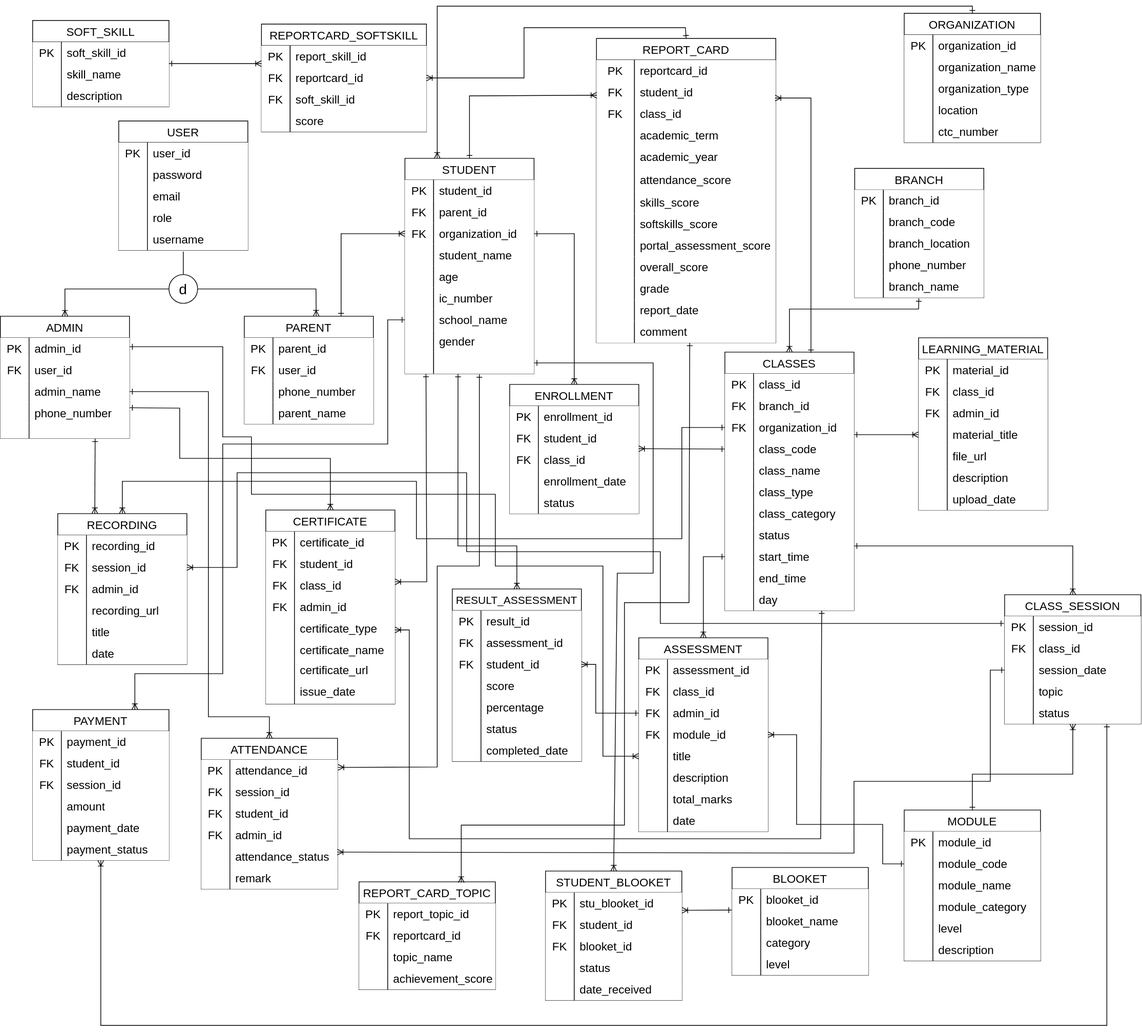
The draw.io diagram Portal Jazro.svg in syzznh/Portal-Jazro, before a commit. Source tidied: cells renumbered, new cells last; positions are measured from the earlier drawing's top-left corner, leaving out a move shared by most shapes.
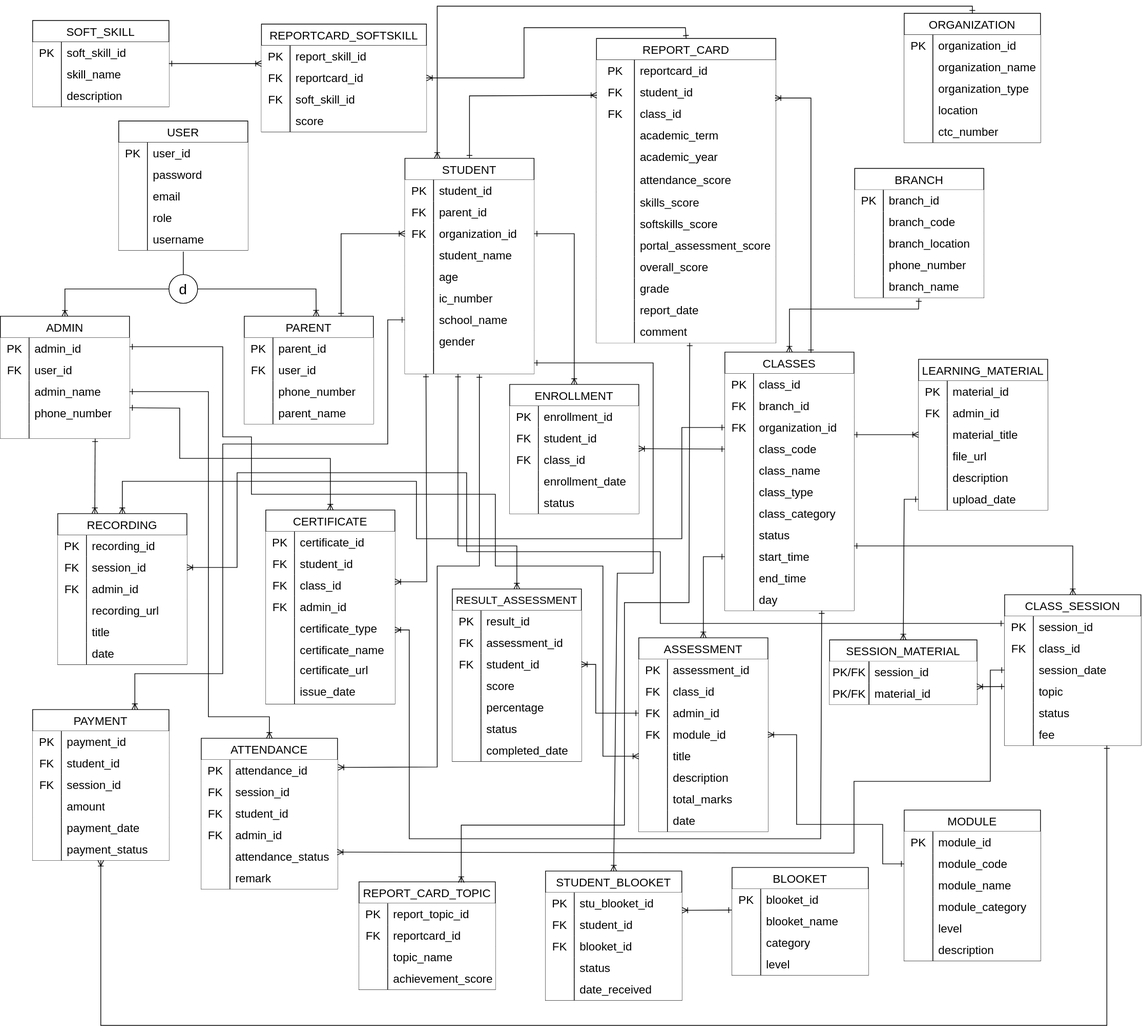
Above is the later version.

What changed in the source:
```diff
@@ -813,7 +813,7 @@
       <mxGeometry x="40" width="140" height="30" as="geometry" />
     </mxCell>
     <mxCell id="272" value="LEARNING_MATERIAL" style="shape=table;startSize=30;rowLines=0;fontStyle=0;fontSize=16;swimlaneFillColor=default;backgroundOutline=1;" parent="1" vertex="1">
-      <mxGeometry x="1280" y="462" width="180" height="240" as="geometry" />
+      <mxGeometry x="1280" y="492" width="180" height="210" as="geometry" />
     </mxCell>
     <mxCell id="273" style="shape=tableRow;horizontal=0;startSize=0;swimlaneHead=0;swimlaneBody=0;top=0;left=0;bottom=0;right=0;fontSize=16;backgroundOutline=1;" parent="272" vertex="1">
       <mxGeometry y="30" width="180" height="30" as="geometry" />
@@ -824,17 +824,8 @@
     <mxCell id="275" value="material_id" style="shape=partialRectangle;html=1;whiteSpace=wrap;top=0;left=0;bottom=0;right=0;align=left;spacingLeft=6;overflow=hidden;fontSize=16;backgroundOutline=1;" parent="273" vertex="1">
       <mxGeometry x="40" width="140" height="30" as="geometry" />
     </mxCell>
-    <mxCell id="276" style="shape=tableRow;horizontal=0;startSize=0;swimlaneHead=0;swimlaneBody=0;top=0;left=0;bottom=0;right=0;fontSize=16;backgroundOutline=1;" parent="272" vertex="1">
-      <mxGeometry y="60" width="180" height="30" as="geometry" />
-    </mxCell>
-    <mxCell id="277" value="FK" style="shape=partialRectangle;html=1;whiteSpace=wrap;top=0;left=0;bottom=0;right=0;overflow=hidden;fontSize=16;backgroundOutline=1;" parent="276" vertex="1">
-      <mxGeometry width="40" height="30" as="geometry" />
-    </mxCell>
-    <mxCell id="278" value="class_id" style="shape=partialRectangle;html=1;whiteSpace=wrap;top=0;left=0;bottom=0;right=0;align=left;spacingLeft=6;overflow=hidden;fontSize=16;backgroundOutline=1;" parent="276" vertex="1">
-      <mxGeometry x="40" width="140" height="30" as="geometry" />
-    </mxCell>
     <mxCell id="279" style="shape=tableRow;horizontal=0;startSize=0;swimlaneHead=0;swimlaneBody=0;top=0;left=0;bottom=0;right=0;fontSize=16;backgroundOutline=1;" parent="272" vertex="1">
-      <mxGeometry y="90" width="180" height="30" as="geometry" />
+      <mxGeometry y="60" width="180" height="30" as="geometry" />
     </mxCell>
     <mxCell id="280" value="FK" style="shape=partialRectangle;html=1;whiteSpace=wrap;top=0;left=0;bottom=0;right=0;overflow=hidden;fontSize=16;backgroundOutline=1;" parent="279" vertex="1">
       <mxGeometry width="40" height="30" as="geometry" />
@@ -843,7 +834,7 @@
       <mxGeometry x="40" width="140" height="30" as="geometry" />
     </mxCell>
     <mxCell id="282" style="shape=tableRow;horizontal=0;startSize=0;swimlaneHead=0;swimlaneBody=0;top=0;left=0;bottom=0;right=0;points=[[0,0.5],[1,0.5]];portConstraint=eastwest;fontSize=16;backgroundOutline=1;" parent="272" vertex="1">
-      <mxGeometry y="120" width="180" height="30" as="geometry" />
+      <mxGeometry y="90" width="180" height="30" as="geometry" />
     </mxCell>
     <mxCell id="283" style="shape=partialRectangle;html=1;whiteSpace=wrap;top=0;left=0;bottom=0;right=0;overflow=hidden;fontSize=16;backgroundOutline=1;" parent="282" vertex="1">
       <mxGeometry width="40" height="30" as="geometry" />
@@ -852,7 +843,7 @@
       <mxGeometry x="40" width="140" height="30" as="geometry" />
     </mxCell>
     <mxCell id="285" style="shape=tableRow;horizontal=0;startSize=0;swimlaneHead=0;swimlaneBody=0;top=0;left=0;bottom=0;right=0;fontSize=16;backgroundOutline=1;" parent="272" vertex="1">
-      <mxGeometry y="150" width="180" height="30" as="geometry" />
+      <mxGeometry y="120" width="180" height="30" as="geometry" />
     </mxCell>
     <mxCell id="286" style="shape=partialRectangle;html=1;whiteSpace=wrap;top=0;left=0;bottom=0;right=0;overflow=hidden;fontSize=16;backgroundOutline=1;" parent="285" vertex="1">
       <mxGeometry width="40" height="30" as="geometry" />
@@ -861,7 +852,7 @@
       <mxGeometry x="40" width="140" height="30" as="geometry" />
     </mxCell>
     <mxCell id="288" style="shape=tableRow;horizontal=0;startSize=0;swimlaneHead=0;swimlaneBody=0;top=0;left=0;bottom=0;right=0;fontSize=16;backgroundOutline=1;" parent="272" vertex="1">
-      <mxGeometry y="180" width="180" height="30" as="geometry" />
+      <mxGeometry y="150" width="180" height="30" as="geometry" />
     </mxCell>
     <mxCell id="289" style="shape=partialRectangle;html=1;whiteSpace=wrap;top=0;left=0;bottom=0;right=0;overflow=hidden;fontSize=16;backgroundOutline=1;" parent="288" vertex="1">
       <mxGeometry width="40" height="30" as="geometry" />
@@ -870,7 +861,7 @@
       <mxGeometry x="40" width="140" height="30" as="geometry" />
     </mxCell>
     <mxCell id="291" style="shape=tableRow;horizontal=0;startSize=0;swimlaneHead=0;swimlaneBody=0;top=0;left=0;bottom=0;right=0;points=[[0,0.5],[1,0.5]];portConstraint=eastwest;fontSize=16;backgroundOutline=1;" parent="272" vertex="1">
-      <mxGeometry y="210" width="180" height="30" as="geometry" />
+      <mxGeometry y="180" width="180" height="30" as="geometry" />
     </mxCell>
     <mxCell id="292" style="shape=partialRectangle;html=1;whiteSpace=wrap;top=0;left=0;bottom=0;right=0;overflow=hidden;fontSize=16;backgroundOutline=1;" parent="291" vertex="1">
       <mxGeometry width="40" height="30" as="geometry" />
@@ -1108,7 +1099,7 @@
       <mxGeometry x="40" width="150" height="30" as="geometry" />
     </mxCell>
     <mxCell id="346" value="CLASS_SESSION" style="shape=table;startSize=30;rowLines=0;fontStyle=0;fontSize=16;backgroundOutline=1;" parent="1" vertex="1">
-      <mxGeometry x="1400" y="820" width="190" height="180" as="geometry" />
+      <mxGeometry x="1400" y="820" width="190" height="210" as="geometry" />
     </mxCell>
     <mxCell id="347" style="shape=tableRow;horizontal=0;startSize=0;swimlaneHead=0;swimlaneBody=0;top=0;left=0;bottom=0;right=0;fontSize=16;backgroundOutline=1;" parent="346" vertex="1">
       <mxGeometry y="30" width="190" height="30" as="geometry" />
@@ -1155,6 +1146,15 @@
     <mxCell id="361" value="status" style="shape=partialRectangle;html=1;whiteSpace=wrap;top=0;left=0;bottom=0;right=0;align=left;spacingLeft=6;overflow=hidden;fontSize=16;backgroundOutline=1;" parent="359" vertex="1">
       <mxGeometry x="40" width="150" height="30" as="geometry" />
     </mxCell>
+    <mxCell id="483" style="shape=tableRow;horizontal=0;startSize=0;swimlaneHead=0;swimlaneBody=0;top=0;left=0;bottom=0;right=0;fontSize=16;backgroundOutline=1;" parent="346" vertex="1">
+      <mxGeometry y="180" width="190" height="30" as="geometry" />
+    </mxCell>
+    <mxCell id="484" style="shape=partialRectangle;html=1;whiteSpace=wrap;top=0;left=0;bottom=0;right=0;overflow=hidden;fontSize=16;backgroundOutline=1;" parent="483" vertex="1">
+      <mxGeometry width="40" height="30" as="geometry" />
+    </mxCell>
+    <mxCell id="485" value="fee" style="shape=partialRectangle;html=1;whiteSpace=wrap;top=0;left=0;bottom=0;right=0;align=left;spacingLeft=6;overflow=hidden;fontSize=16;backgroundOutline=1;" parent="483" vertex="1">
+      <mxGeometry x="40" width="150" height="30" as="geometry" />
+    </mxCell>
     <mxCell id="362" value="ATTENDANCE" style="shape=table;startSize=30;rowLines=0;fontStyle=0;fontSize=16;backgroundOutline=1;" parent="1" vertex="1">
       <mxGeometry x="280" y="1020" width="190" height="210" as="geometry" />
     </mxCell>
@@ -1479,14 +1479,6 @@
         </Array>
       </mxGeometry>
     </mxCell>
-    <mxCell id="467" style="endArrow=ERoneToMany;html=1;rounded=0;entryX=0.5;entryY=1;entryDx=0;entryDy=0;exitX=0.5;exitY=0;exitDx=0;exitDy=0;endFill=0;startArrow=ERone;startFill=0;" parent="1" edge="1" source="327" target="346">
-      <mxGeometry relative="1" as="geometry">
-        <Array as="points">
-          <mxPoint x="1355" y="1070" />
-          <mxPoint x="1495" y="1070" />
-        </Array>
-      </mxGeometry>
-    </mxCell>
     <mxCell id="468" style="endArrow=ERoneToMany;html=1;rounded=0;entryX=0.998;entryY=0.285;entryDx=0;entryDy=0;exitX=0;exitY=0.5;exitDx=0;exitDy=0;endFill=0;startArrow=ERone;startFill=0;entryPerimeter=0;" parent="1" edge="1" source="353" target="375">
       <mxGeometry x="-0.17" relative="1" as="geometry">
         <Array as="points">
@@ -1631,5 +1623,36 @@
         </Array>
       </mxGeometry>
     </mxCell>
+    <mxCell id="486" value="SESSION_MATERIAL" style="shape=table;startSize=30;rowLines=0;fontStyle=0;fontSize=16;backgroundOutline=1;" parent="1" vertex="1">
+      <mxGeometry x="1156" y="883" width="205.4" height="90" as="geometry" />
+    </mxCell>
+    <mxCell id="487" style="shape=tableRow;horizontal=0;startSize=0;swimlaneHead=0;swimlaneBody=0;top=0;left=0;bottom=0;right=0;fontSize=16;backgroundOutline=1;" parent="486" vertex="1">
+      <mxGeometry y="30" width="205.4" height="30" as="geometry" />
+    </mxCell>
+    <mxCell id="488" value="PK/FK" style="shape=partialRectangle;html=1;whiteSpace=wrap;top=0;left=0;bottom=0;right=0;overflow=hidden;fontSize=16;backgroundOutline=1;" parent="487" vertex="1">
+      <mxGeometry width="55" height="30" as="geometry" />
+    </mxCell>
+    <mxCell id="489" value="session_id" style="shape=partialRectangle;html=1;whiteSpace=wrap;top=0;left=0;bottom=0;right=0;align=left;spacingLeft=6;overflow=hidden;fontSize=16;backgroundOutline=1;" parent="487" vertex="1">
+      <mxGeometry x="55" width="150" height="30" as="geometry" />
+    </mxCell>
+    <mxCell id="490" style="shape=tableRow;horizontal=0;startSize=0;swimlaneHead=0;swimlaneBody=0;top=0;left=0;bottom=0;right=0;points=[[0,0.5],[1,0.5]];portConstraint=eastwest;fontSize=16;backgroundOutline=1;" parent="486" vertex="1">
+      <mxGeometry y="60" width="205.4" height="30" as="geometry" />
+    </mxCell>
+    <mxCell id="491" value="PK/FK" style="shape=partialRectangle;html=1;whiteSpace=wrap;top=0;left=0;bottom=0;right=0;overflow=hidden;fontSize=16;backgroundOutline=1;" parent="490" vertex="1">
+      <mxGeometry width="55" height="30" as="geometry" />
+    </mxCell>
+    <mxCell id="492" value="material_id" style="shape=partialRectangle;html=1;whiteSpace=wrap;top=0;left=0;bottom=0;right=0;align=left;spacingLeft=6;overflow=hidden;fontSize=16;backgroundOutline=1;" parent="490" vertex="1">
+      <mxGeometry x="55" width="150" height="30" as="geometry" />
+    </mxCell>
+    <mxCell id="493" style="endArrow=ERone;html=1;rounded=0;defaultLabelBackgroundColor=page;entryX=0;entryY=0.5;entryDx=0;entryDy=0;exitX=0.5;exitY=0;exitDx=0;exitDy=0;endFill=0;startArrow=ERoneToMany;startFill=0;" parent="1" edge="1" source="486" target="291">
+      <mxGeometry relative="1" as="geometry">
+        <Array as="points">
+          <mxPoint x="1260" y="687" />
+        </Array>
+      </mxGeometry>
+    </mxCell>
+    <mxCell id="494" style="endArrow=ERone;html=1;rounded=0;defaultLabelBackgroundColor=page;startArrow=ERoneToMany;startFill=0;endFill=0;entryX=-0.001;entryY=0.264;entryDx=0;entryDy=0;entryPerimeter=0;exitX=0.999;exitY=0.17;exitDx=0;exitDy=0;exitPerimeter=0;" parent="1" edge="1" source="490" target="356">
+      <mxGeometry relative="1" as="geometry" />
+    </mxCell>
   </root>
 </mxGraphModel>
```
